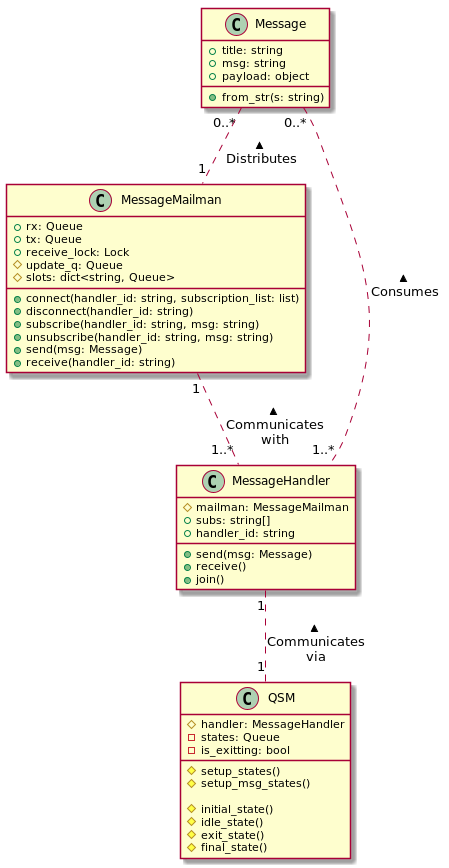
Before: docs/images/Messaging_architecture.png, a diagram exported from PlantUML (aaron-jencks/alpaca_stock_tradebot). Source of this version:
```plantuml
@startuml "Domain Model Diagram"

class Message {
    + title: string
    + msg: string
    + payload: object
    + from_str(s: string)
}

class MessageMailman {
    + rx: Queue
    + tx: Queue
    + receive_lock: Lock
    # update_q: Queue
    # slots: dict<string, Queue>

    + connect(handler_id: string, subscription_list: list)
    + disconnect(handler_id: string)
    + subscribe(handler_id: string, msg: string)
    + unsubscribe(handler_id: string, msg: string)
    + send(msg: Message)
    + receive(handler_id: string)
}

Message "0..*" .. "1" MessageMailman : < Distributes

class MessageHandler {
    # mailman: MessageMailman
    + subs: string[]
    + handler_id: string

    + send(msg: Message)
    + receive()
    + join()
}

Message "0..*" .. "1..*" MessageHandler : < Consumes
MessageMailman "1" .. "1..*" MessageHandler : < Communicates\nwith

class QSM {
    # handler: MessageHandler
    - states: Queue
    - is_exitting: bool

    # setup_states()
    # setup_msg_states()

    # initial_state()
    # idle_state()
    # exit_state()
    # final_state()
}

MessageHandler "1" .. "1" QSM : < Communicates\nvia

@enduml
```
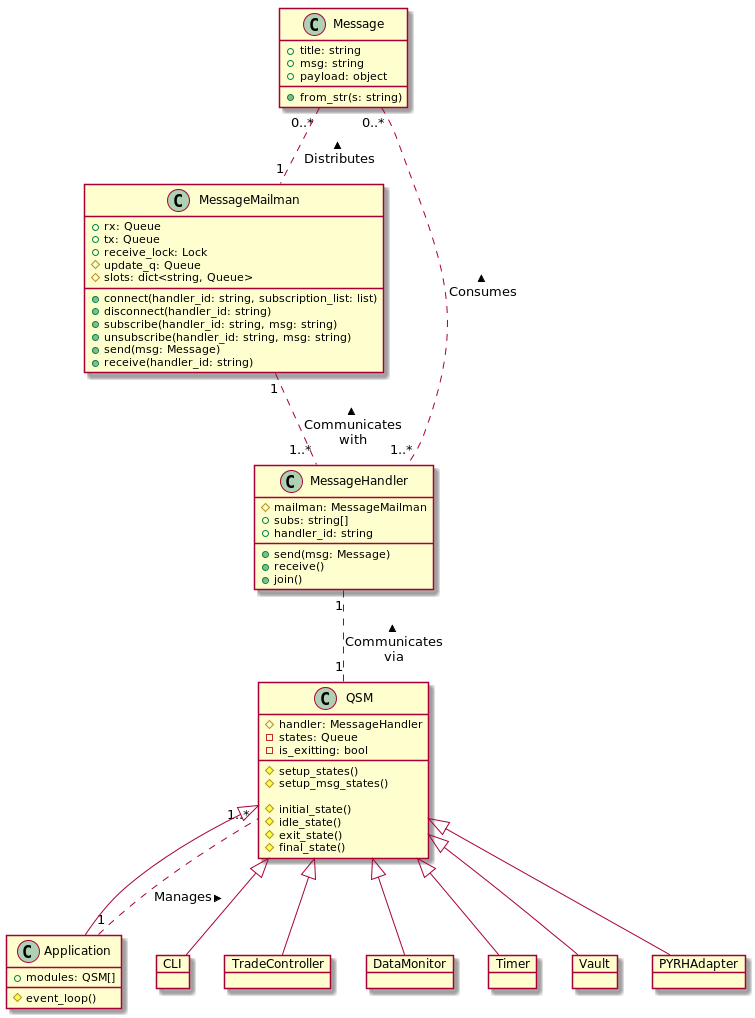
After the commit.

Commit message:
Updated messaging architecture

Change to the diagram source:
```diff
@@ -53,4 +53,26 @@
 
 MessageHandler "1" .. "1" QSM : < Communicates\nvia
 
+class Application {
+    + modules: QSM[]
+    # event_loop()
+}
+
+Application "1" .. "1..*" QSM : > Manages
+
+object CLI
+object TradeController
+object DataMonitor
+object Timer
+object Vault
+object PYRHAdapter
+
+QSM <|-- CLI
+QSM <|-- TradeController
+QSM <|-- DataMonitor
+QSM <|-- Timer
+QSM <|-- Vault
+QSM <|-- PYRHAdapter
+QSM <|-- Application
+
 @enduml
```
